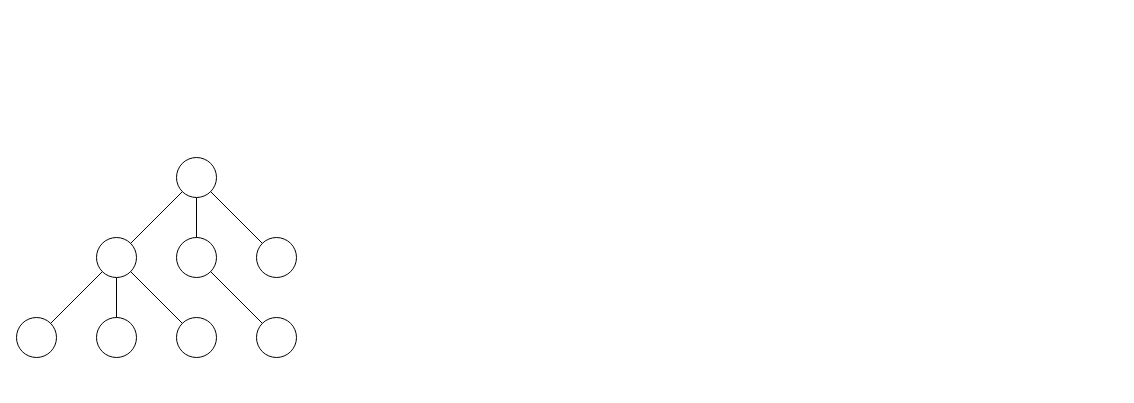
Above: page "第 1 页" (1 of 2) of FS/未命名绘图.drawio in zqy0917/C_DR_Learn (draw.io), before the change. Source tidied: cells renumbered, new cells numbered last; positions are measured from the earlier drawing's top-left corner, leaving out a move shared by most shapes. Both pictures are drawn from the tidied source at 100%, with x=0, y=0 at pixel (16, 157).
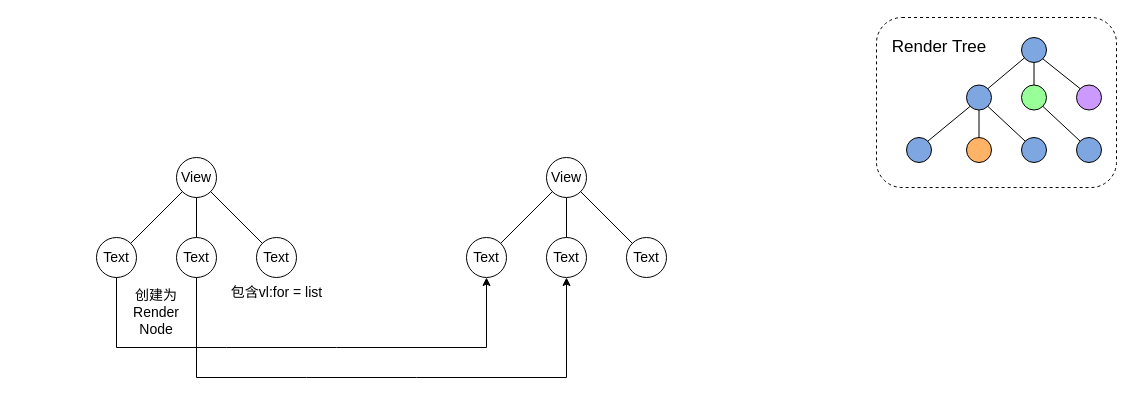
Above is the later version.

Commit message (it also covers changes not shown here):
更新未命名绘图.drawio

The edit, as a diff of the source:
```diff
@@
+    <mxCell id="17" style="rounded=1;whiteSpace=wrap;html=1;shadow=0;dashed=1;" parent="1" vertex="1">
+      <mxGeometry x="860" y="-140" width="240" height="170" as="geometry" />
+    </mxCell>
-    <mxCell id="2" style="ellipse;whiteSpace=wrap;html=1;" parent="1" vertex="1">
+    <mxCell id="2" value="View" style="ellipse;whiteSpace=wrap;html=1;fontSize=14;" parent="1" vertex="1">
       <mxGeometry x="160" width="40" height="40" as="geometry" />
     </mxCell>
-    <mxCell id="3" style="ellipse;whiteSpace=wrap;html=1;" parent="1" vertex="1">
+    <mxCell id="3" value="Text" style="ellipse;whiteSpace=wrap;html=1;fontSize=14;" parent="1" vertex="1">
       <mxGeometry x="80" y="80" width="40" height="40" as="geometry" />
     </mxCell>
@@
-    <mxCell id="5" style="ellipse;whiteSpace=wrap;html=1;" parent="1" vertex="1">
+    <mxCell id="5" value="Text" style="ellipse;whiteSpace=wrap;html=1;fontSize=14;" parent="1" vertex="1">
       <mxGeometry x="160" y="80" width="40" height="40" as="geometry" />
     </mxCell>
-    <mxCell id="6" style="ellipse;whiteSpace=wrap;html=1;" parent="1" vertex="1">
+    <mxCell id="6" value="Text" style="ellipse;whiteSpace=wrap;html=1;fontSize=14;" parent="1" vertex="1">
       <mxGeometry x="240" y="80" width="40" height="40" as="geometry" />
     </mxCell>
@@
-    <mxCell id="9" style="ellipse;whiteSpace=wrap;html=1;" parent="1" vertex="1">
-      <mxGeometry y="160" width="40" height="40" as="geometry" />
-    </mxCell>
-    <mxCell id="10" style="ellipse;whiteSpace=wrap;html=1;" parent="1" vertex="1">
-      <mxGeometry x="80" y="160" width="40" height="40" as="geometry" />
-    </mxCell>
-    <mxCell id="11" style="ellipse;whiteSpace=wrap;html=1;" parent="1" vertex="1">
-      <mxGeometry x="160" y="160" width="40" height="40" as="geometry" />
-    </mxCell>
-    <mxCell id="12" style="ellipse;whiteSpace=wrap;html=1;" parent="1" vertex="1">
-      <mxGeometry x="240" y="160" width="40" height="40" as="geometry" />
-    </mxCell>
-    <mxCell id="13" style="endArrow=none;html=1;rounded=0;exitX=1;exitY=0;exitDx=0;exitDy=0;entryX=0;entryY=1;entryDx=0;entryDy=0;" parent="1" edge="1" source="9" target="3">
-      <mxGeometry relative="1" as="geometry" />
-    </mxCell>
-    <mxCell id="14" style="endArrow=none;html=1;rounded=0;entryX=0.5;entryY=1;entryDx=0;entryDy=0;exitX=0.5;exitY=0;exitDx=0;exitDy=0;" parent="1" edge="1" source="10" target="3">
-      <mxGeometry relative="1" as="geometry" />
-    </mxCell>
-    <mxCell id="15" style="endArrow=none;html=1;rounded=0;exitX=1;exitY=1;exitDx=0;exitDy=0;entryX=0;entryY=0;entryDx=0;entryDy=0;" parent="1" edge="1" source="3" target="11">
-      <mxGeometry relative="1" as="geometry" />
-    </mxCell>
-    <mxCell id="16" style="endArrow=none;html=1;rounded=0;entryX=1;entryY=1;entryDx=0;entryDy=0;exitX=0;exitY=0;exitDx=0;exitDy=0;" parent="1" edge="1" source="12" target="5">
-      <mxGeometry relative="1" as="geometry" />
-    </mxCell>
+    <mxCell id="18" style="ellipse;whiteSpace=wrap;html=1;fillColor=#7EA6E0;" parent="1" vertex="1">
+      <mxGeometry x="1005" y="-120" width="25" height="25" as="geometry" />
+    </mxCell>
+    <mxCell id="19" style="ellipse;whiteSpace=wrap;html=1;fillColor=#7EA6E0;" parent="1" vertex="1">
+      <mxGeometry x="950" y="-72.5" width="25" height="25" as="geometry" />
+    </mxCell>
+    <mxCell id="20" style="endArrow=none;html=1;rounded=0;exitX=1;exitY=0;exitDx=0;exitDy=0;" parent="1" edge="1" source="19" target="18">
+      <mxGeometry relative="1" as="geometry" />
+    </mxCell>
+    <mxCell id="21" style="ellipse;whiteSpace=wrap;html=1;fillColor=#99FF99;" parent="1" vertex="1">
+      <mxGeometry x="1005" y="-72.5" width="25" height="25" as="geometry" />
+    </mxCell>
+    <mxCell id="22" style="ellipse;whiteSpace=wrap;html=1;fillColor=#CC99FF;" parent="1" vertex="1">
+      <mxGeometry x="1060" y="-72.5" width="25" height="25" as="geometry" />
+    </mxCell>
+    <mxCell id="23" style="endArrow=none;html=1;rounded=0;entryX=0.5;entryY=1;entryDx=0;entryDy=0;" parent="1" edge="1" source="21" target="18">
+      <mxGeometry relative="1" as="geometry" />
+    </mxCell>
+    <mxCell id="24" style="endArrow=none;html=1;rounded=0;exitX=1;exitY=1;exitDx=0;exitDy=0;entryX=0;entryY=0;entryDx=0;entryDy=0;" parent="1" edge="1" source="18" target="22">
+      <mxGeometry relative="1" as="geometry" />
+    </mxCell>
+    <mxCell id="25" style="ellipse;whiteSpace=wrap;html=1;fillColor=#7EA6E0;" parent="1" vertex="1">
+      <mxGeometry x="890" y="-20" width="25" height="25" as="geometry" />
+    </mxCell>
+    <mxCell id="26" style="ellipse;whiteSpace=wrap;html=1;fillColor=#FFB366;" parent="1" vertex="1">
+      <mxGeometry x="950" y="-20" width="25" height="25" as="geometry" />
+    </mxCell>
+    <mxCell id="27" style="ellipse;whiteSpace=wrap;html=1;fillColor=#7EA6E0;" parent="1" vertex="1">
+      <mxGeometry x="1005" y="-20" width="25" height="25" as="geometry" />
+    </mxCell>
+    <mxCell id="28" style="ellipse;whiteSpace=wrap;html=1;fillColor=#7EA6E0;" parent="1" vertex="1">
+      <mxGeometry x="1060" y="-20" width="25" height="25" as="geometry" />
+    </mxCell>
+    <mxCell id="29" style="endArrow=none;html=1;rounded=0;exitX=1;exitY=0;exitDx=0;exitDy=0;entryX=0;entryY=1;entryDx=0;entryDy=0;" parent="1" edge="1" source="25" target="19">
+      <mxGeometry relative="1" as="geometry" />
+    </mxCell>
+    <mxCell id="30" style="endArrow=none;html=1;rounded=0;entryX=0.5;entryY=1;entryDx=0;entryDy=0;exitX=0.5;exitY=0;exitDx=0;exitDy=0;" parent="1" edge="1" source="26" target="19">
+      <mxGeometry relative="1" as="geometry" />
+    </mxCell>
+    <mxCell id="31" style="endArrow=none;html=1;rounded=0;exitX=1;exitY=1;exitDx=0;exitDy=0;entryX=0;entryY=0;entryDx=0;entryDy=0;" parent="1" edge="1" source="19" target="27">
+      <mxGeometry relative="1" as="geometry" />
+    </mxCell>
+    <mxCell id="32" style="endArrow=none;html=1;rounded=0;entryX=1;entryY=1;entryDx=0;entryDy=0;exitX=0;exitY=0;exitDx=0;exitDy=0;" parent="1" edge="1" source="28" target="21">
+      <mxGeometry relative="1" as="geometry" />
+    </mxCell>
+    <mxCell id="33" value="Render Tree" style="text;html=1;strokeColor=none;fillColor=none;align=center;verticalAlign=middle;whiteSpace=wrap;rounded=0;fontSize=17;" parent="1" vertex="1">
+      <mxGeometry x="870" y="-125" width="106" height="30" as="geometry" />
+    </mxCell>
+    <mxCell id="34" value="View" style="ellipse;whiteSpace=wrap;html=1;fontSize=14;" parent="1" vertex="1">
+      <mxGeometry x="530" width="40" height="40" as="geometry" />
+    </mxCell>
+    <mxCell id="35" value="Text" style="ellipse;whiteSpace=wrap;html=1;fontSize=14;" parent="1" vertex="1">
+      <mxGeometry x="450" y="80" width="40" height="40" as="geometry" />
+    </mxCell>
+    <mxCell id="36" style="endArrow=none;html=1;rounded=0;exitX=1;exitY=0;exitDx=0;exitDy=0;" parent="1" edge="1" source="35" target="34">
+      <mxGeometry relative="1" as="geometry" />
+    </mxCell>
+    <mxCell id="37" value="Text" style="ellipse;whiteSpace=wrap;html=1;fontSize=14;" parent="1" vertex="1">
+      <mxGeometry x="530" y="80" width="40" height="40" as="geometry" />
+    </mxCell>
+    <mxCell id="38" value="Text" style="ellipse;whiteSpace=wrap;html=1;fontSize=14;" parent="1" vertex="1">
+      <mxGeometry x="610" y="80" width="40" height="40" as="geometry" />
+    </mxCell>
+    <mxCell id="39" style="endArrow=none;html=1;rounded=0;entryX=0.5;entryY=1;entryDx=0;entryDy=0;" parent="1" edge="1" source="37" target="34">
+      <mxGeometry relative="1" as="geometry" />
+    </mxCell>
+    <mxCell id="40" style="endArrow=none;html=1;rounded=0;exitX=1;exitY=1;exitDx=0;exitDy=0;entryX=0;entryY=0;entryDx=0;entryDy=0;" parent="1" edge="1" source="34" target="38">
+      <mxGeometry relative="1" as="geometry" />
+    </mxCell>
+    <mxCell id="41" style="endArrow=classic;html=1;rounded=0;fontSize=14;exitX=0.5;exitY=1;exitDx=0;exitDy=0;entryX=0.5;entryY=1;entryDx=0;entryDy=0;" parent="1" edge="1" source="5" target="37">
+      <mxGeometry relative="1" as="geometry">
+        <Array as="points">
+          <mxPoint x="180" y="220" />
+          <mxPoint x="290" y="220" />
+          <mxPoint x="400" y="220" />
+          <mxPoint x="550" y="220" />
+        </Array>
+      </mxGeometry>
+    </mxCell>
+    <mxCell id="42" style="endArrow=classic;html=1;rounded=0;fontSize=14;exitX=0.5;exitY=1;exitDx=0;exitDy=0;entryX=0.5;entryY=1;entryDx=0;entryDy=0;" parent="1" edge="1" source="3" target="35">
+      <mxGeometry relative="1" as="geometry">
+        <Array as="points">
+          <mxPoint x="100" y="190" />
+          <mxPoint x="210" y="190" />
+          <mxPoint x="320" y="190" />
+          <mxPoint x="470" y="190" />
+        </Array>
+      </mxGeometry>
+    </mxCell>
+    <mxCell id="43" value="创建为Render Node" style="text;html=1;strokeColor=none;fillColor=none;align=center;verticalAlign=middle;whiteSpace=wrap;rounded=0;fontSize=14;" parent="1" vertex="1">
+      <mxGeometry x="110" y="140" width="60" height="30" as="geometry" />
+    </mxCell>
+    <mxCell id="44" value="包含vl:for = list" style="text;html=1;strokeColor=none;fillColor=none;align=center;verticalAlign=middle;whiteSpace=wrap;rounded=0;fontSize=14;" parent="1" vertex="1">
+      <mxGeometry x="209.5" y="120" width="101" height="30" as="geometry" />
+    </mxCell>
```
